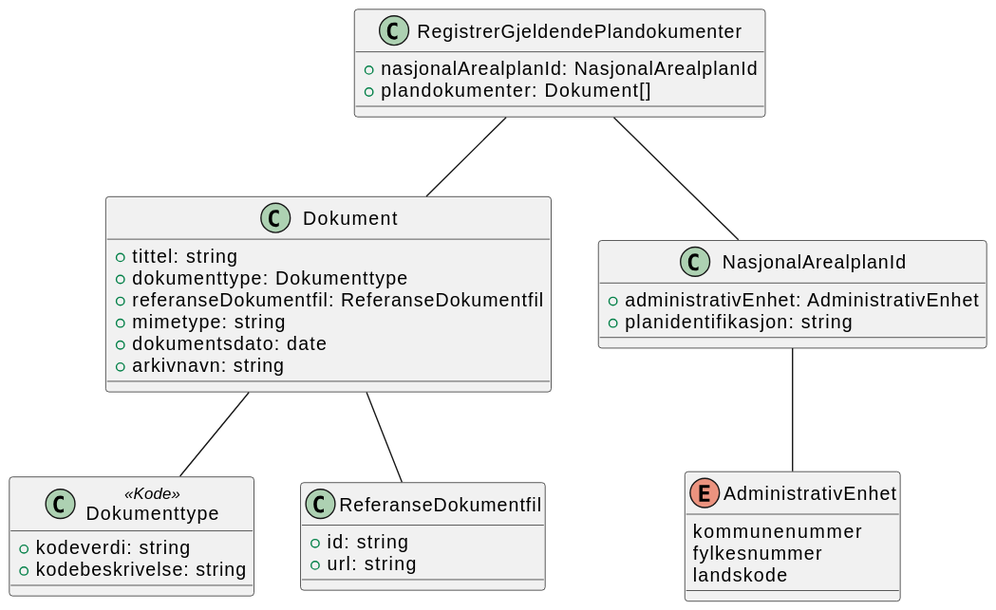
ks-no/fiks-plan-specification keeps this PlantUML diagram as Dokumentasjon/V2/ClassDiagrams/no.ks.fiks.plan.v2.oppdatering.planforslag.registrer/planforslag-registrer.svg. Above is the earlier version. The source it was exported from:
```plantuml
@startuml
!include ./../no.ks.fiks.plan.v2.felles.dokument/dokument.pu
!include ./../no.ks.fiks.plan.v2.felles.nasjonalarealplanid/nasjonalarealplanid.pu

class RegistrerGjeldendePlandokumenter {
    +nasjonalArealplanId: NasjonalArealplanId
    +plandokumenter: Dokument[]
}

RegistrerGjeldendePlandokumenter -- NasjonalArealplanId
RegistrerGjeldendePlandokumenter -- Dokument
@enduml
```
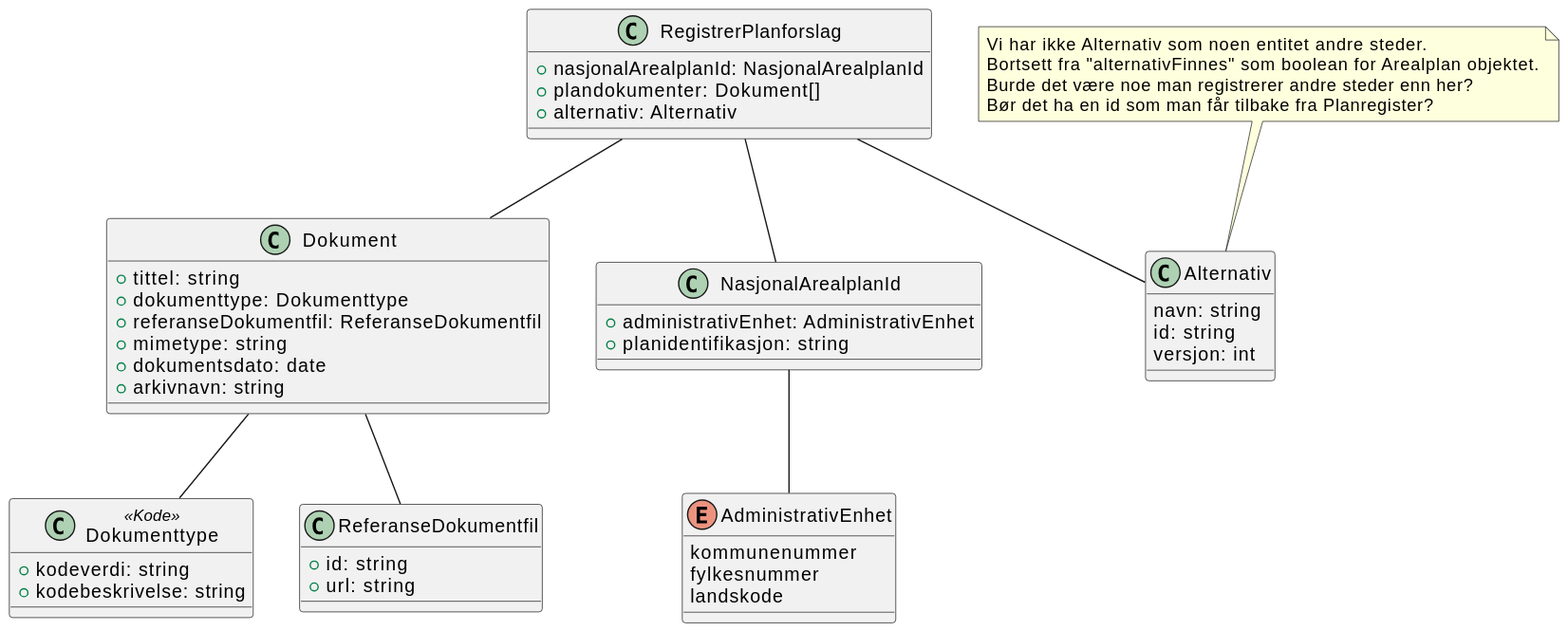
The same diagram one commit later.

What changed in the source:
```diff
@@ -2,11 +2,26 @@
 !include ./../no.ks.fiks.plan.v2.felles.dokument/dokument.pu
 !include ./../no.ks.fiks.plan.v2.felles.nasjonalarealplanid/nasjonalarealplanid.pu
 
-class RegistrerGjeldendePlandokumenter {
+class RegistrerPlanforslag {
     +nasjonalArealplanId: NasjonalArealplanId
     +plandokumenter: Dokument[]
+    +alternativ: Alternativ
 }
 
-RegistrerGjeldendePlandokumenter -- NasjonalArealplanId
-RegistrerGjeldendePlandokumenter -- Dokument
+class Alternativ {
+    navn: string
+    id: string
+    versjon: int
+}
+
+note top of Alternativ
+    Vi har ikke Alternativ som noen entitet andre steder.
+    Bortsett fra "alternativFinnes" som boolean for Arealplan objektet.
+    Burde det være noe man registrerer andre steder enn her?
+    Bør det ha en id som man får tilbake fra Planregister?
+end note
+
+RegistrerPlanforslag -- NasjonalArealplanId
+RegistrerPlanforslag -- Dokument
+RegistrerPlanforslag -- Alternativ
 @enduml
```
